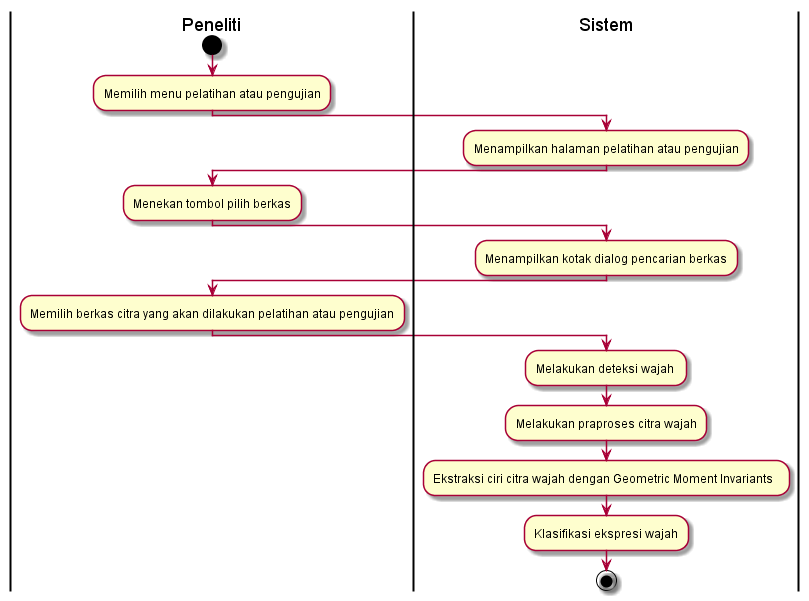
The PlantUML diagram diagram/AD_klasifikasi.png in ayulestari10/gmisvm, before a commit.
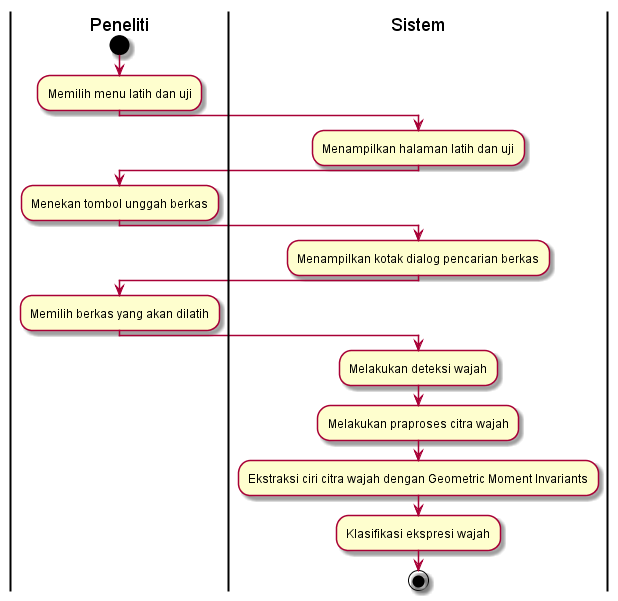
After the commit.

Change to the diagram source:
```diff
@@ -1,21 +1,21 @@
 @startuml
 | Peneliti |
 start
-:Memilih menu pelatihan atau pengujian;
+:Memilih menu latih dan uji;
 | Sistem |
-:Menampilkan halaman pelatihan atau pengujian;
+:Menampilkan halaman latih dan uji;
 | Peneliti |
-:Menekan tombol pilih berkas;
+:Menekan tombol unggah berkas;
 | Sistem |
 :Menampilkan kotak dialog pencarian berkas;
 | Peneliti |
-:Memilih berkas citra yang akan dilakukan pelatihan atau pengujian;
+:Memilih berkas yang akan dilatih;
 | Sistem |
-:Melakukan deteksi wajah ;
+:Melakukan deteksi wajah;
 | Sistem |
 :Melakukan praproses citra wajah;
 | Sistem |
-:Ekstraksi ciri citra wajah dengan Geometric Moment Invariants  ;
+:Ekstraksi ciri citra wajah dengan Geometric Moment Invariants;
 | Sistem |
 :Klasifikasi ekspresi wajah;
 stop
```
